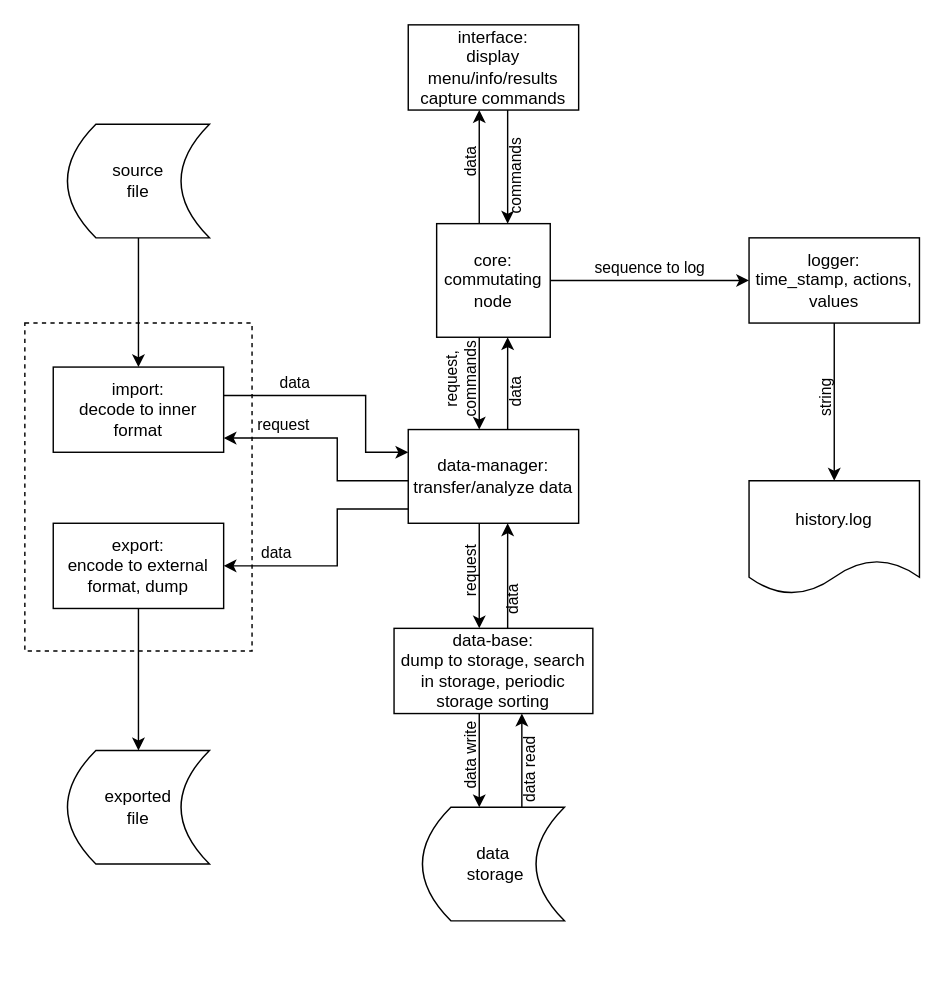
andrew107021/Python_homoworks keeps this draw.io diagram as HomeWork07/plan-scheme_for_phone_book.drawio. Above is the earlier version. Source tidied: cells renumbered, new cells numbered last; positions are measured from the earlier drawing's top-left corner, leaving out a move shared by most shapes. Both pictures are drawn from the tidied source at 142%, with x=0, y=0 at pixel (24, 24).
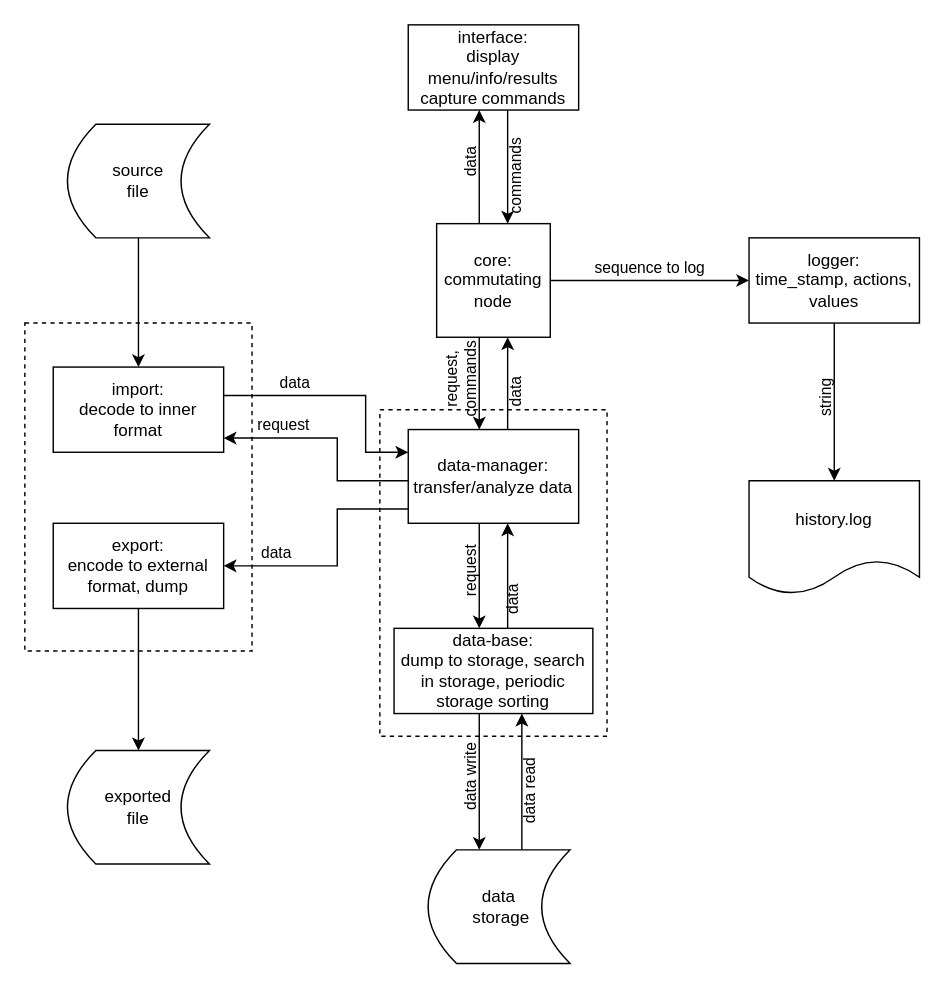
After the change.

Change to the diagram source:
```diff
@@
+    <mxCell id="29" style="rounded=0;whiteSpace=wrap;html=1;dashed=1;shadow=0;sketch=0;labelBackgroundColor=none;labelBorderColor=none;" parent="1" vertex="1">
+      <mxGeometry x="250" y="271" width="160" height="230" as="geometry" />
+    </mxCell>
@@
     <mxCell id="28" value="data&lt;br&gt;&amp;nbsp;storage" style="shape=dataStorage;whiteSpace=wrap;html=1;fixedSize=1;" parent="1" vertex="1">
-      <mxGeometry x="280" y="551" width="100" height="80" as="geometry" />
+      <mxGeometry x="284" y="581" width="100" height="80" as="geometry" />
     </mxCell>
```
